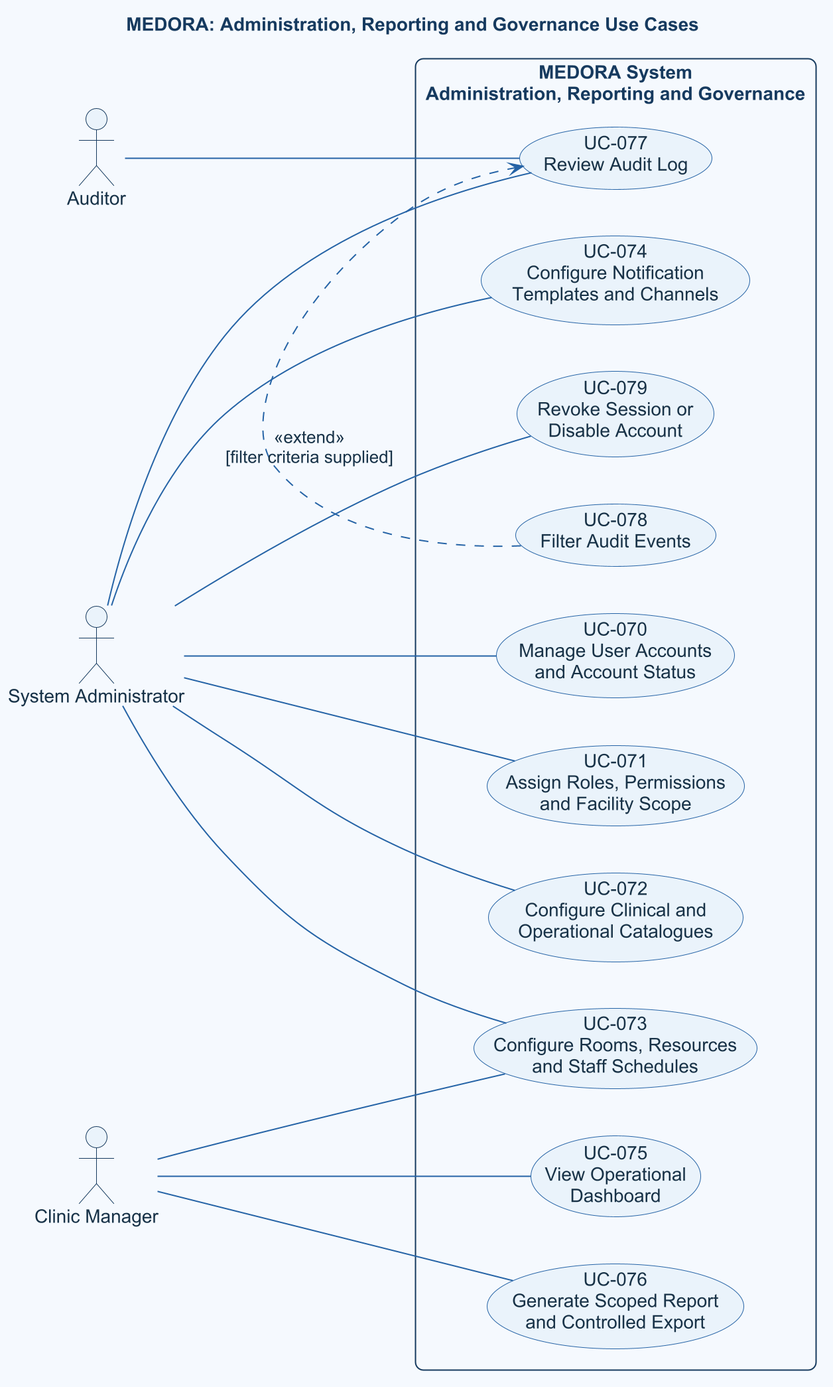
Earlier version of the PlantUML export doc/asset/03-system-requirements/use-case-by-function/administration/figure/administration-and-governance.png (DucDung-1107/SysDes_2026.1_Group_08).
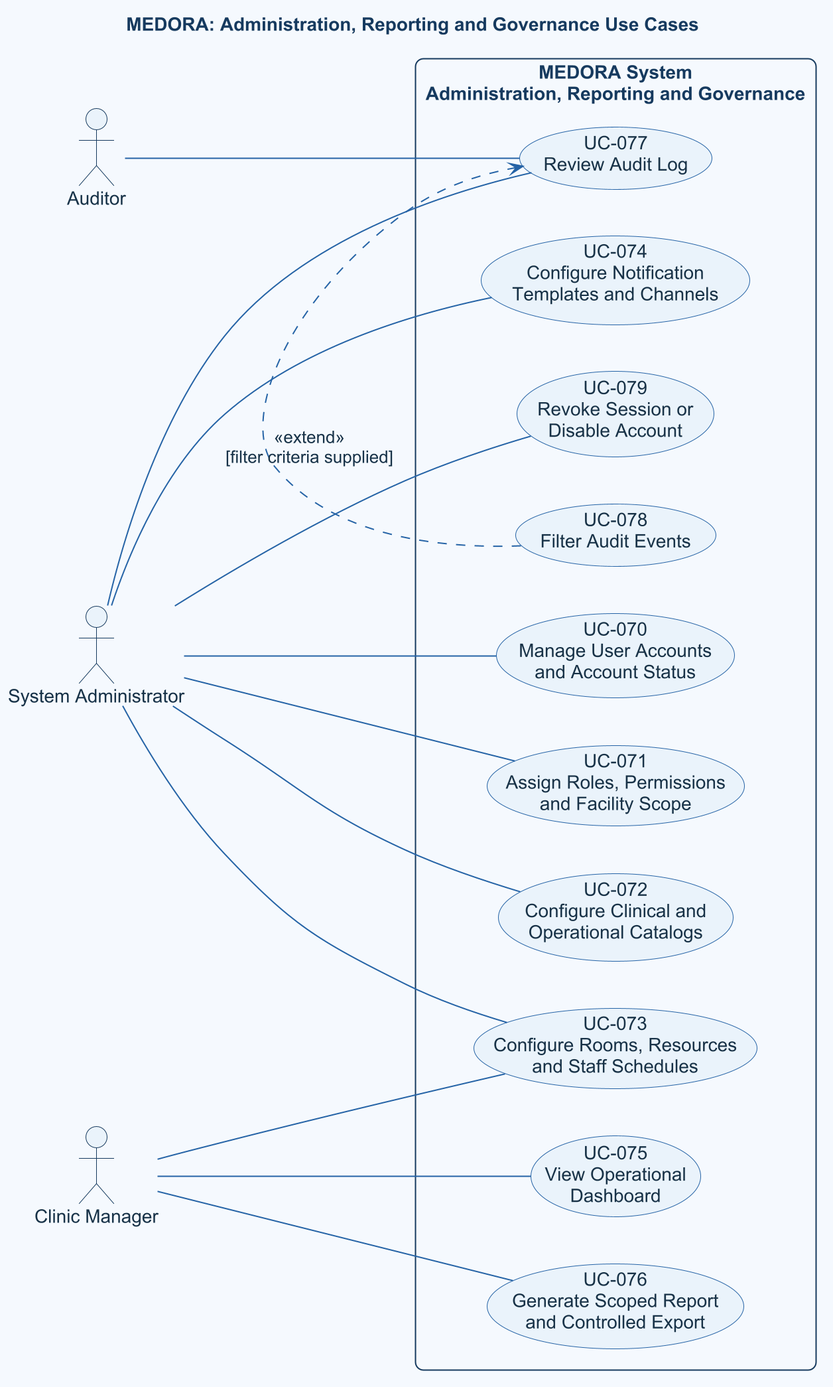
After the commit.

Change to the diagram source:
```diff
@@ -11,7 +11,7 @@
 rectangle "MEDORA System\nAdministration, Reporting and Governance" {
   usecase "UC-070\nManage User Accounts\nand Account Status" as users
   usecase "UC-071\nAssign Roles, Permissions\nand Facility Scope" as roles
-  usecase "UC-072\nConfigure Clinical and\nOperational Catalogues" as catalogue
+  usecase "UC-072\nConfigure Clinical and\nOperational Catalogs" as catalog
   usecase "UC-073\nConfigure Rooms, Resources\nand Staff Schedules" as resource
   usecase "UC-074\nConfigure Notification\nTemplates and Channels" as notify
   usecase "UC-075\nView Operational\nDashboard" as dashboard
@@ -23,7 +23,7 @@
 
 admin -- users
 admin -- roles
-admin -- catalogue
+admin -- catalog
 admin -- resource
 admin -- notify
 admin -- audit
```
